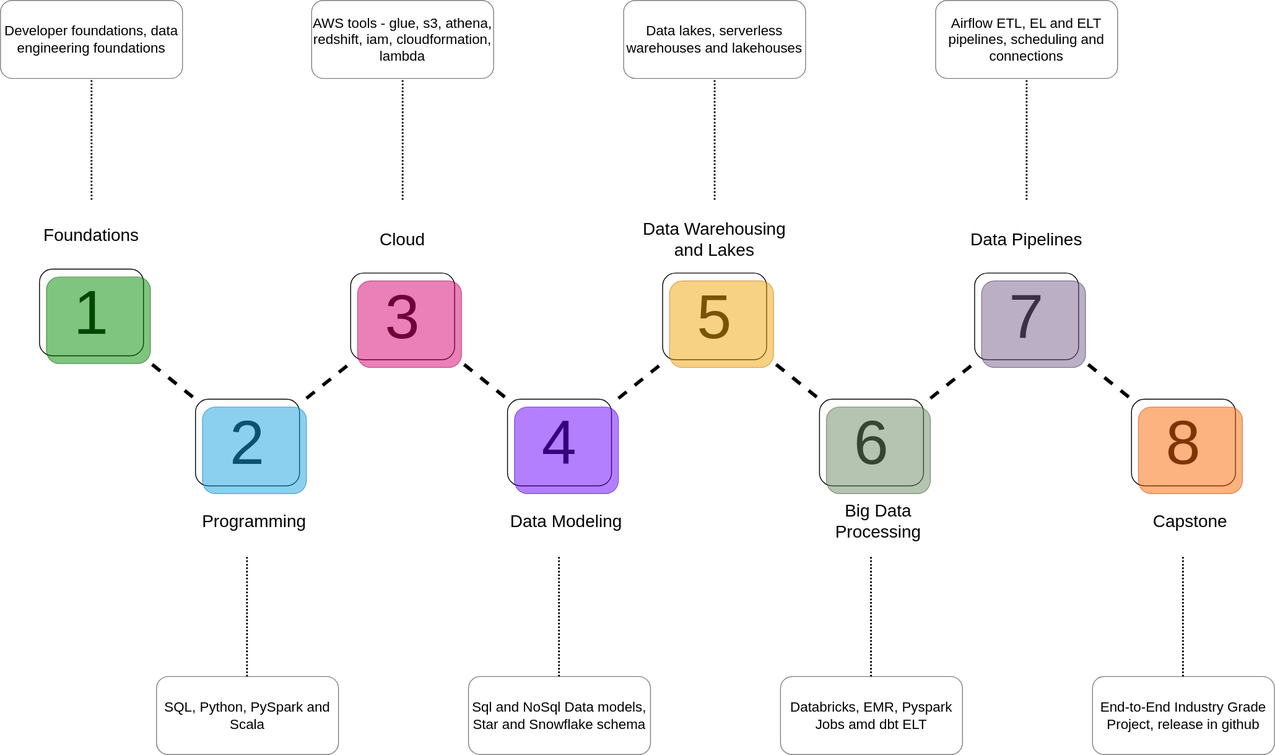
The draw.io diagram 00-curriculum/img/basic.drawio.svg in sparsh-ai/recohut, before a commit. Source tidied: cells renumbered, new cells last; positions are measured from the earlier drawing's top-left corner, leaving out a move shared by most shapes.
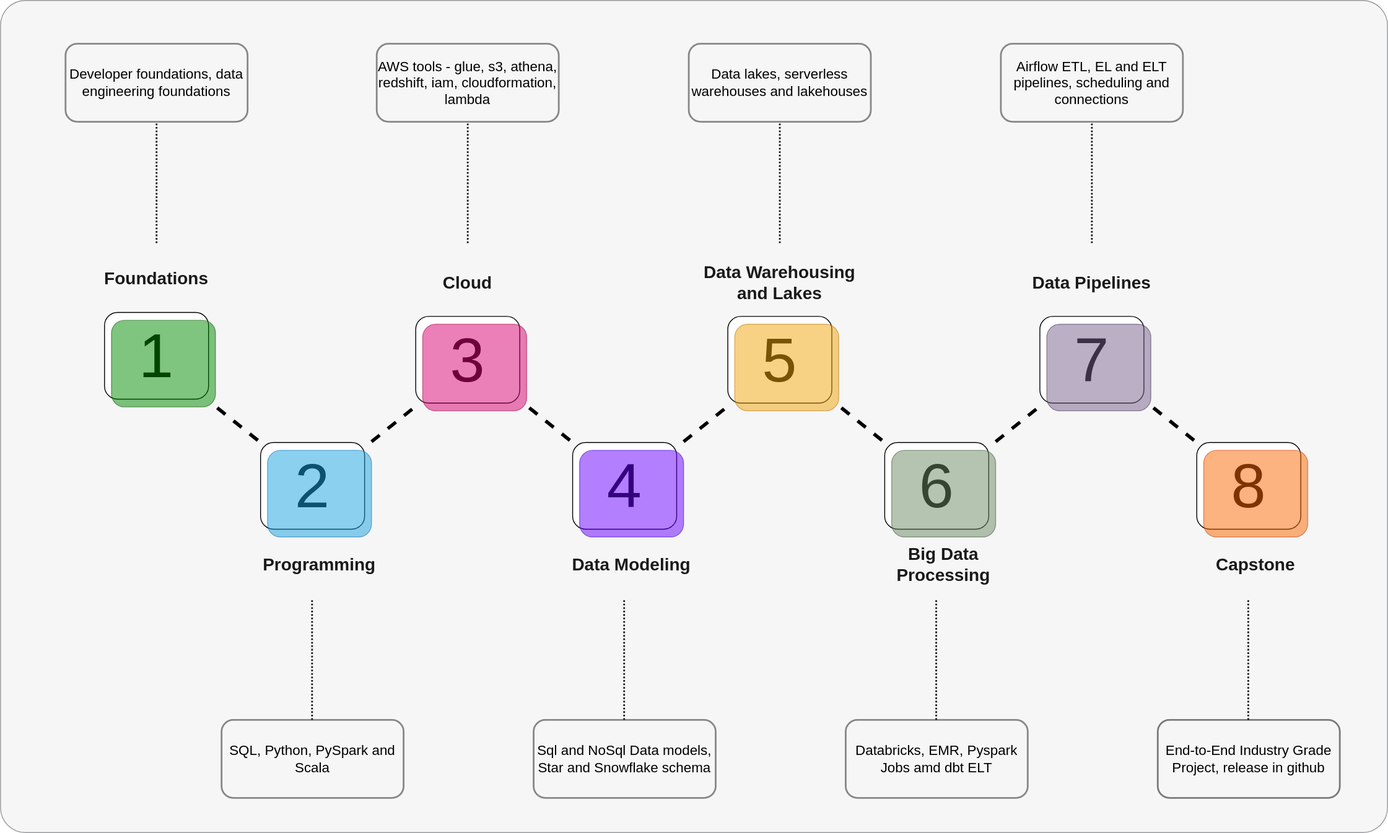
Above is the later version.

Change to the diagram source:
```diff
@@ -2,13 +2,16 @@
   <root>
     <mxCell id="0" />
     <mxCell id="1" parent="0" />
+    <mxCell id="49" style="rounded=1;whiteSpace=wrap;html=1;arcSize=3;fillColor=#eeeeee;strokeColor=#36393d;opacity=50;" parent="1" vertex="1">
+      <mxGeometry x="-75" y="-50" width="1600" height="960" as="geometry" />
+    </mxCell>
     <mxCell id="2" value="1" style="rounded=1;whiteSpace=wrap;html=1;fontSize=72;fontStyle=0;" parent="1" vertex="1">
       <mxGeometry x="45" y="310" width="120" height="100" as="geometry" />
     </mxCell>
     <mxCell id="3" style="rounded=1;whiteSpace=wrap;html=1;fontSize=72;fontStyle=0;fillColor=#008a00;fontColor=#ffffff;strokeColor=#005700;opacity=50;" parent="1" vertex="1">
       <mxGeometry x="53" y="319" width="120" height="100" as="geometry" />
     </mxCell>
-    <mxCell id="4" value="Foundations" style="text;html=1;strokeColor=none;fillColor=none;align=center;verticalAlign=middle;whiteSpace=wrap;rounded=0;fontSize=20;opacity=50;" parent="1" vertex="1">
+    <mxCell id="4" value="Foundations" style="text;html=1;strokeColor=none;fillColor=none;align=center;verticalAlign=middle;whiteSpace=wrap;rounded=0;fontSize=20;opacity=50;fontColor=#1A1A1A;fontStyle=1;" parent="1" vertex="1">
       <mxGeometry x="15" y="230" width="180" height="80" as="geometry" />
     </mxCell>
     <mxCell id="5" value="2" style="rounded=1;whiteSpace=wrap;html=1;fontSize=72;fontStyle=0;" parent="1" vertex="1">
@@ -35,36 +38,36 @@
     <mxCell id="10" style="rounded=1;whiteSpace=wrap;html=1;fontSize=72;fontStyle=0;fillColor=#d80073;fontColor=#ffffff;strokeColor=#A50040;opacity=50;" parent="1" vertex="1">
       <mxGeometry x="412" y="323.5" width="120" height="100" as="geometry" />
     </mxCell>
-    <mxCell id="11" style="endArrow=none;html=1;strokeWidth=2;fontSize=20;exitX=0.5;exitY=0;exitDx=0;exitDy=0;dashed=1;dashPattern=1 1;" parent="1" edge="1" source="4">
+    <mxCell id="11" style="endArrow=none;html=1;strokeWidth=2;fontSize=20;exitX=0.5;exitY=0;exitDx=0;exitDy=0;dashed=1;dashPattern=1 1;strokeColor=#1A1A1A;" parent="1" edge="1" source="4">
       <mxGeometry relative="1" as="geometry">
         <mxPoint x="105" y="90" as="targetPoint" />
       </mxGeometry>
     </mxCell>
-    <mxCell id="12" value="Developer foundations, data engineering foundations" style="rounded=1;whiteSpace=wrap;html=1;fontSize=16;fillColor=default;opacity=50;" parent="1" vertex="1">
+    <mxCell id="12" value="Developer foundations, data engineering foundations" style="rounded=1;whiteSpace=wrap;html=1;fontSize=16;fillColor=none;opacity=50;strokeWidth=2;fontColor=#000000;fontStyle=0;strokeColor=#1A1A1A;" parent="1" vertex="1">
       <mxGeometry width="210" height="90" as="geometry" />
     </mxCell>
-    <mxCell id="13" style="endArrow=none;html=1;strokeWidth=2;fontSize=20;exitX=0.5;exitY=0;exitDx=0;exitDy=0;dashed=1;dashPattern=1 1;" parent="1" edge="1">
+    <mxCell id="13" style="endArrow=none;html=1;strokeWidth=2;fontSize=20;exitX=0.5;exitY=0;exitDx=0;exitDy=0;dashed=1;dashPattern=1 1;strokeColor=#1A1A1A;" parent="1" edge="1">
       <mxGeometry relative="1" as="geometry">
         <mxPoint x="464" y="230" as="sourcePoint" />
         <mxPoint x="464" y="90" as="targetPoint" />
       </mxGeometry>
     </mxCell>
-    <mxCell id="14" value="AWS tools - glue, s3, athena, redshift, iam, cloudformation, lambda" style="rounded=1;whiteSpace=wrap;html=1;fontSize=16;fillColor=default;opacity=50;" parent="1" vertex="1">
+    <mxCell id="14" value="AWS tools - glue, s3, athena, redshift, iam, cloudformation, lambda" style="rounded=1;whiteSpace=wrap;html=1;fontSize=16;fillColor=none;opacity=50;strokeWidth=2;fontColor=#000000;fontStyle=0;strokeColor=#1A1A1A;" parent="1" vertex="1">
       <mxGeometry x="359" width="210" height="90" as="geometry" />
     </mxCell>
-    <mxCell id="15" style="endArrow=none;html=1;strokeWidth=2;fontSize=20;exitX=0.5;exitY=0;exitDx=0;exitDy=0;dashed=1;dashPattern=1 1;" parent="1" edge="1">
+    <mxCell id="15" style="endArrow=none;html=1;strokeWidth=2;fontSize=20;exitX=0.5;exitY=0;exitDx=0;exitDy=0;dashed=1;dashPattern=1 1;strokeColor=#1A1A1A;" parent="1" edge="1">
       <mxGeometry relative="1" as="geometry">
         <mxPoint x="284.4" y="780" as="sourcePoint" />
         <mxPoint x="284.4" y="640" as="targetPoint" />
       </mxGeometry>
     </mxCell>
-    <mxCell id="16" value="SQL, Python, PySpark and Scala" style="rounded=1;whiteSpace=wrap;html=1;fontSize=16;fillColor=default;opacity=50;" parent="1" vertex="1">
+    <mxCell id="16" value="SQL, Python, PySpark and Scala" style="rounded=1;whiteSpace=wrap;html=1;fontSize=16;fillColor=none;opacity=50;strokeWidth=2;fontColor=#000000;fontStyle=0;strokeColor=#1A1A1A;" parent="1" vertex="1">
       <mxGeometry x="180" y="780" width="210" height="90" as="geometry" />
     </mxCell>
-    <mxCell id="17" value="Programming" style="text;html=1;strokeColor=none;fillColor=none;align=center;verticalAlign=middle;whiteSpace=wrap;rounded=0;fontSize=20;opacity=50;" parent="1" vertex="1">
+    <mxCell id="17" value="Programming" style="text;html=1;strokeColor=none;fillColor=none;align=center;verticalAlign=middle;whiteSpace=wrap;rounded=0;fontSize=20;opacity=50;fontColor=#1A1A1A;fontStyle=1;" parent="1" vertex="1">
       <mxGeometry x="203" y="560" width="180" height="80" as="geometry" />
     </mxCell>
-    <mxCell id="18" value="Cloud" style="text;html=1;strokeColor=none;fillColor=none;align=center;verticalAlign=middle;whiteSpace=wrap;rounded=0;fontSize=20;opacity=50;" parent="1" vertex="1">
+    <mxCell id="18" value="Cloud" style="text;html=1;strokeColor=none;fillColor=none;align=center;verticalAlign=middle;whiteSpace=wrap;rounded=0;fontSize=20;opacity=50;fontColor=#1A1A1A;fontStyle=1;" parent="1" vertex="1">
       <mxGeometry x="374" y="234.5" width="180" height="80" as="geometry" />
     </mxCell>
     <mxCell id="19" value="4" style="rounded=1;whiteSpace=wrap;html=1;fontSize=72;fontStyle=0;" parent="1" vertex="1">
@@ -76,16 +79,16 @@
         <mxPoint x="585" y="460" as="targetPoint" />
       </mxGeometry>
     </mxCell>
-    <mxCell id="21" style="endArrow=none;html=1;strokeWidth=2;fontSize=20;exitX=0.5;exitY=0;exitDx=0;exitDy=0;dashed=1;dashPattern=1 1;" parent="1" edge="1">
+    <mxCell id="21" style="endArrow=none;html=1;strokeWidth=2;fontSize=20;exitX=0.5;exitY=0;exitDx=0;exitDy=0;dashed=1;dashPattern=1 1;strokeColor=#1A1A1A;" parent="1" edge="1">
       <mxGeometry relative="1" as="geometry">
         <mxPoint x="644.4" y="780" as="sourcePoint" />
         <mxPoint x="644.4" y="640" as="targetPoint" />
       </mxGeometry>
     </mxCell>
-    <mxCell id="22" value="Sql and NoSql Data models, Star and Snowflake schema" style="rounded=1;whiteSpace=wrap;html=1;fontSize=16;fillColor=default;opacity=50;" parent="1" vertex="1">
+    <mxCell id="22" value="Sql and NoSql Data models, Star and Snowflake schema" style="rounded=1;whiteSpace=wrap;html=1;fontSize=16;fillColor=none;opacity=50;strokeWidth=2;fontColor=#000000;fontStyle=0;strokeColor=#1A1A1A;" parent="1" vertex="1">
       <mxGeometry x="540" y="780" width="210" height="90" as="geometry" />
     </mxCell>
-    <mxCell id="23" value="Data Modeling" style="text;html=1;strokeColor=none;fillColor=none;align=center;verticalAlign=middle;whiteSpace=wrap;rounded=0;fontSize=20;opacity=50;" parent="1" vertex="1">
+    <mxCell id="23" value="Data Modeling" style="text;html=1;strokeColor=none;fillColor=none;align=center;verticalAlign=middle;whiteSpace=wrap;rounded=0;fontSize=20;opacity=50;fontColor=#1A1A1A;fontStyle=1;" parent="1" vertex="1">
       <mxGeometry x="563" y="560" width="180" height="80" as="geometry" />
     </mxCell>
     <mxCell id="24" style="rounded=1;whiteSpace=wrap;html=1;fontSize=72;fontStyle=0;fillColor=#6a00ff;fontColor=#ffffff;strokeColor=#3700CC;opacity=50;" parent="1" vertex="1">
@@ -100,16 +103,16 @@
         <mxPoint x="763" y="419" as="targetPoint" />
       </mxGeometry>
     </mxCell>
-    <mxCell id="27" style="endArrow=none;html=1;strokeWidth=2;fontSize=20;exitX=0.5;exitY=0;exitDx=0;exitDy=0;dashed=1;dashPattern=1 1;" parent="1" edge="1">
+    <mxCell id="27" style="endArrow=none;html=1;strokeWidth=2;fontSize=20;exitX=0.5;exitY=0;exitDx=0;exitDy=0;dashed=1;dashPattern=1 1;strokeColor=#1A1A1A;" parent="1" edge="1">
       <mxGeometry relative="1" as="geometry">
         <mxPoint x="824" y="230" as="sourcePoint" />
         <mxPoint x="824" y="90" as="targetPoint" />
       </mxGeometry>
     </mxCell>
-    <mxCell id="28" value="Data lakes, serverless warehouses and lakehouses" style="rounded=1;whiteSpace=wrap;html=1;fontSize=16;fillColor=default;opacity=50;" parent="1" vertex="1">
+    <mxCell id="28" value="Data lakes, serverless warehouses and lakehouses" style="rounded=1;whiteSpace=wrap;html=1;fontSize=16;fillColor=none;opacity=50;strokeWidth=2;fontColor=#000000;fontStyle=0;strokeColor=#1A1A1A;" parent="1" vertex="1">
       <mxGeometry x="719" width="210" height="90" as="geometry" />
     </mxCell>
-    <mxCell id="29" value="Data Warehousing and Lakes" style="text;html=1;strokeColor=none;fillColor=none;align=center;verticalAlign=middle;whiteSpace=wrap;rounded=0;fontSize=20;opacity=50;" parent="1" vertex="1">
+    <mxCell id="29" value="Data Warehousing and Lakes" style="text;html=1;strokeColor=none;fillColor=none;align=center;verticalAlign=middle;whiteSpace=wrap;rounded=0;fontSize=20;opacity=50;fontColor=#1A1A1A;fontStyle=1;" parent="1" vertex="1">
       <mxGeometry x="734" y="234.5" width="180" height="80" as="geometry" />
     </mxCell>
     <mxCell id="30" style="rounded=1;whiteSpace=wrap;html=1;fontSize=72;fontStyle=0;fillColor=#f0a30a;fontColor=#000000;strokeColor=#BD7000;opacity=50;" parent="1" vertex="1">
@@ -124,16 +127,16 @@
         <mxPoint x="945" y="460" as="targetPoint" />
       </mxGeometry>
     </mxCell>
-    <mxCell id="33" style="endArrow=none;html=1;strokeWidth=2;fontSize=20;exitX=0.5;exitY=0;exitDx=0;exitDy=0;dashed=1;dashPattern=1 1;" parent="1" edge="1">
+    <mxCell id="33" style="endArrow=none;html=1;strokeWidth=2;fontSize=20;exitX=0.5;exitY=0;exitDx=0;exitDy=0;dashed=1;dashPattern=1 1;strokeColor=#1A1A1A;" parent="1" edge="1">
       <mxGeometry relative="1" as="geometry">
         <mxPoint x="1004.4" y="780" as="sourcePoint" />
         <mxPoint x="1004.4" y="640" as="targetPoint" />
       </mxGeometry>
     </mxCell>
-    <mxCell id="34" value="Databricks, EMR, Pyspark Jobs amd dbt ELT" style="rounded=1;whiteSpace=wrap;html=1;fontSize=16;fillColor=default;opacity=50;" parent="1" vertex="1">
+    <mxCell id="34" value="Databricks, EMR, Pyspark Jobs amd dbt ELT" style="rounded=1;whiteSpace=wrap;html=1;fontSize=16;fillColor=none;opacity=50;strokeWidth=2;fontColor=#000000;fontStyle=0;strokeColor=#1A1A1A;" parent="1" vertex="1">
       <mxGeometry x="900" y="780" width="210" height="90" as="geometry" />
     </mxCell>
-    <mxCell id="35" value="Big Data Processing" style="text;html=1;strokeColor=none;fillColor=none;align=center;verticalAlign=middle;whiteSpace=wrap;rounded=0;fontSize=20;opacity=50;" parent="1" vertex="1">
+    <mxCell id="35" value="Big Data Processing" style="text;html=1;strokeColor=none;fillColor=none;align=center;verticalAlign=middle;whiteSpace=wrap;rounded=0;fontSize=20;opacity=50;fontColor=#1A1A1A;fontStyle=1;" parent="1" vertex="1">
       <mxGeometry x="923" y="560" width="180" height="80" as="geometry" />
     </mxCell>
     <mxCell id="36" style="rounded=1;whiteSpace=wrap;html=1;fontSize=72;fontStyle=0;fillColor=#6d8764;fontColor=#ffffff;strokeColor=#3A5431;opacity=50;" parent="1" vertex="1">
@@ -148,16 +151,16 @@
         <mxPoint x="1123" y="419" as="targetPoint" />
       </mxGeometry>
     </mxCell>
-    <mxCell id="39" style="endArrow=none;html=1;strokeWidth=2;fontSize=20;exitX=0.5;exitY=0;exitDx=0;exitDy=0;dashed=1;dashPattern=1 1;" parent="1" edge="1">
+    <mxCell id="39" style="endArrow=none;html=1;strokeWidth=2;fontSize=20;exitX=0.5;exitY=0;exitDx=0;exitDy=0;dashed=1;dashPattern=1 1;strokeColor=#1A1A1A;" parent="1" edge="1">
       <mxGeometry relative="1" as="geometry">
         <mxPoint x="1184" y="230" as="sourcePoint" />
         <mxPoint x="1184" y="90" as="targetPoint" />
       </mxGeometry>
     </mxCell>
-    <mxCell id="40" value="Airflow ETL, EL and ELT pipelines, scheduling and connections" style="rounded=1;whiteSpace=wrap;html=1;fontSize=16;fillColor=default;opacity=50;" parent="1" vertex="1">
+    <mxCell id="40" value="Airflow ETL, EL and ELT pipelines, scheduling and connections" style="rounded=1;whiteSpace=wrap;html=1;fontSize=16;fillColor=none;opacity=50;strokeWidth=2;fontColor=#000000;fontStyle=0;strokeColor=#1A1A1A;" parent="1" vertex="1">
       <mxGeometry x="1079" width="210" height="90" as="geometry" />
     </mxCell>
-    <mxCell id="41" value="Data Pipelines" style="text;html=1;strokeColor=none;fillColor=none;align=center;verticalAlign=middle;whiteSpace=wrap;rounded=0;fontSize=20;opacity=50;" parent="1" vertex="1">
+    <mxCell id="41" value="Data Pipelines" style="text;html=1;strokeColor=none;fillColor=none;align=center;verticalAlign=middle;whiteSpace=wrap;rounded=0;fontSize=20;opacity=50;fontColor=#1A1A1A;fontStyle=1;" parent="1" vertex="1">
       <mxGeometry x="1094" y="234.5" width="180" height="80" as="geometry" />
     </mxCell>
     <mxCell id="42" style="rounded=1;whiteSpace=wrap;html=1;fontSize=72;fontStyle=0;fillColor=#76608a;fontColor=#ffffff;strokeColor=#432D57;opacity=50;" parent="1" vertex="1">
@@ -172,16 +175,16 @@
         <mxPoint x="1305" y="460" as="targetPoint" />
       </mxGeometry>
     </mxCell>
-    <mxCell id="45" style="endArrow=none;html=1;strokeWidth=2;fontSize=20;exitX=0.5;exitY=0;exitDx=0;exitDy=0;dashed=1;dashPattern=1 1;" parent="1" edge="1">
+    <mxCell id="45" style="endArrow=none;html=1;strokeWidth=2;fontSize=20;exitX=0.5;exitY=0;exitDx=0;exitDy=0;dashed=1;dashPattern=1 1;strokeColor=#1A1A1A;" parent="1" edge="1">
       <mxGeometry relative="1" as="geometry">
         <mxPoint x="1364.4" y="780" as="sourcePoint" />
         <mxPoint x="1364.4" y="640" as="targetPoint" />
       </mxGeometry>
     </mxCell>
-    <mxCell id="46" value="End-to-End Industry Grade Project, release in github" style="rounded=1;whiteSpace=wrap;html=1;fontSize=16;fillColor=default;opacity=50;" parent="1" vertex="1">
+    <mxCell id="46" value="End-to-End Industry Grade Project, release in github" style="rounded=1;whiteSpace=wrap;html=1;fontSize=16;fillColor=none;opacity=50;strokeWidth=2;fontColor=#000000;fontStyle=0;strokeColor=#000000;" parent="1" vertex="1">
       <mxGeometry x="1260" y="780" width="210" height="90" as="geometry" />
     </mxCell>
-    <mxCell id="47" value="Capstone" style="text;html=1;strokeColor=none;fillColor=none;align=center;verticalAlign=middle;whiteSpace=wrap;rounded=0;fontSize=20;opacity=50;" parent="1" vertex="1">
+    <mxCell id="47" value="Capstone" style="text;html=1;strokeColor=none;fillColor=none;align=center;verticalAlign=middle;whiteSpace=wrap;rounded=0;fontSize=20;opacity=50;fontColor=#1A1A1A;fontStyle=1;" parent="1" vertex="1">
       <mxGeometry x="1283" y="560" width="180" height="80" as="geometry" />
     </mxCell>
     <mxCell id="48" style="rounded=1;whiteSpace=wrap;html=1;fontSize=72;fontStyle=0;fillColor=#fa6800;fontColor=#000000;strokeColor=#C73500;opacity=50;" parent="1" vertex="1">
```
